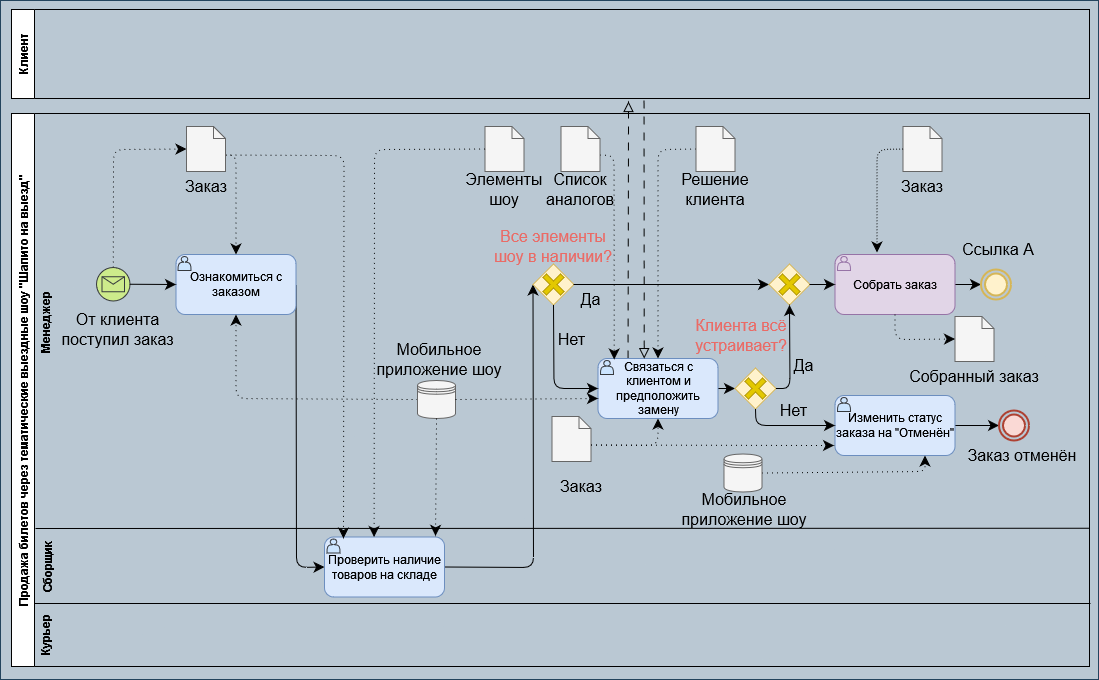
Earlier version of the draw.io export Pbd1-Page-1.drawio.png (Helpmepleaseitishard/database-design-4-semester). Source tidied: cells renumbered, new cells last; positions are measured from the earlier drawing's top-left corner, leaving out a move shared by most shapes.
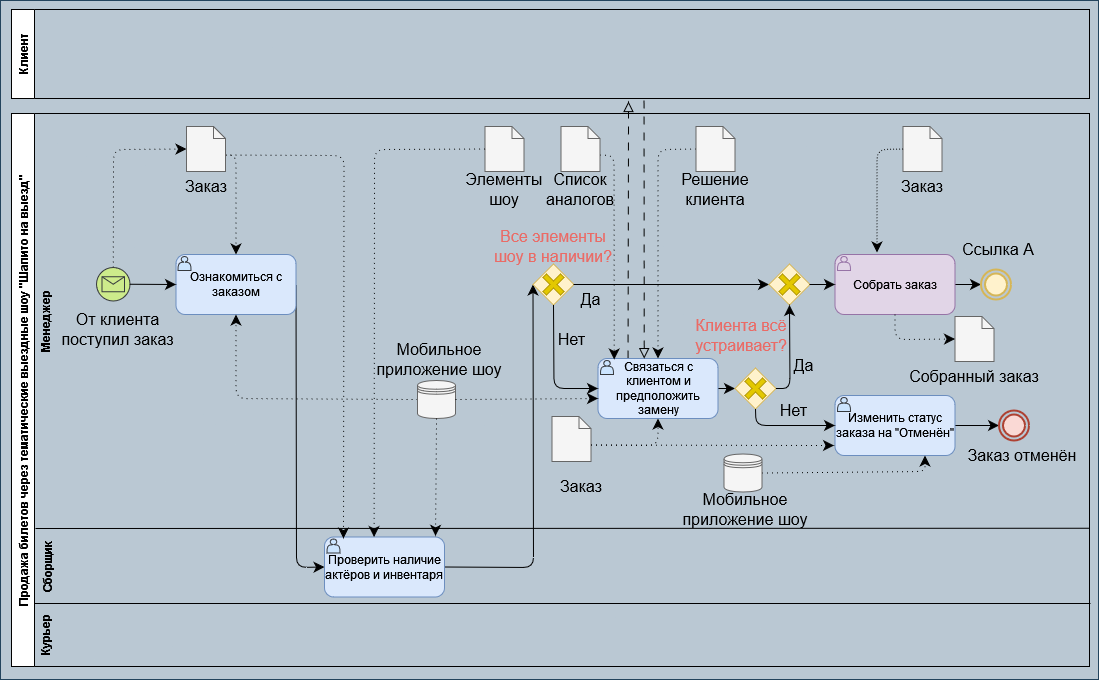
Above is the later version.

The edit, as a diff of the source:
```diff
@@ -46,7 +46,7 @@
         </Array>
       </mxGeometry>
     </mxCell>
-    <mxCell id="12" value="Проверить наличие товаров на складе" style="rounded=1;whiteSpace=wrap;html=1;fillColor=#dae8fc;strokeColor=#6c8ebf;" parent="6" vertex="1">
+    <mxCell id="12" value="Проверить наличие актёров и инвентаря" style="rounded=1;whiteSpace=wrap;html=1;fillColor=#dae8fc;strokeColor=#6c8ebf;" parent="6" vertex="1">
       <mxGeometry x="313" y="423.5" width="120" height="60" as="geometry" />
     </mxCell>
     <mxCell id="13" style="shape=actor;whiteSpace=wrap;html=1;fillColor=#cce5ff;strokeColor=#36393d;" parent="6" vertex="1">
```
